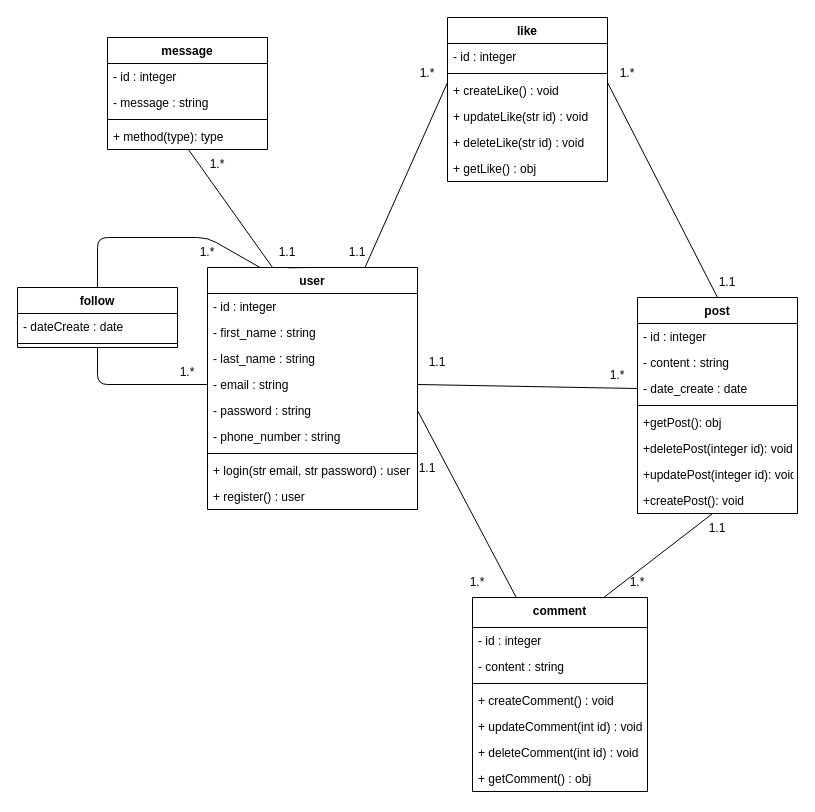
Before: uml/YouConnecte.diagram-class.drawio in Mohamed072005/YouConnecte, a draw.io diagram. Source tidied: cells renumbered, new cells numbered last; positions are measured from the earlier drawing's top-left corner, leaving out a move shared by most shapes. Both pictures are drawn from the tidied source at 100%, with x=0, y=0 at pixel (17, 17).
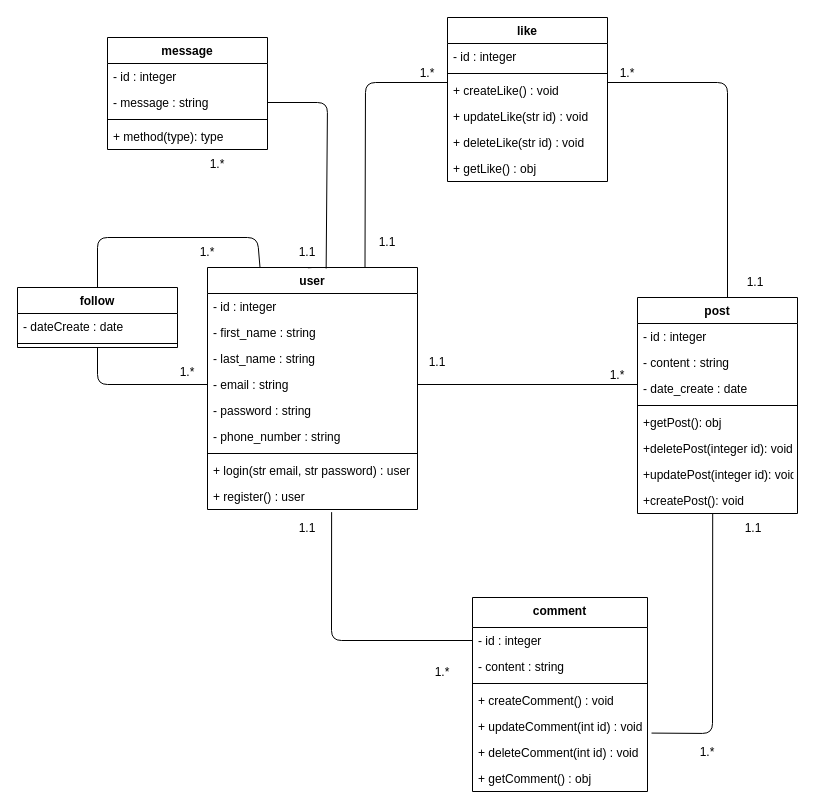
Above is the later version.

The change refers to these unchanged cells:
```xml
<mxCell id="2" value="user" style="swimlane;fontStyle=1;align=center;verticalAlign=top;horizontal=1;startSize=26;" parent="1" vertex="1">
  <mxGeometry x="190" y="250" width="210" height="242" as="geometry" />
</mxCell>
<mxCell id="6" value="- email : string" style="text;strokeColor=none;fillColor=none;align=left;verticalAlign=top;spacingLeft=4;spacingRight=4;overflow=hidden;points=[[0,0.5],[1,0.5]];portConstraint=eastwest;" parent="2" vertex="1">
  <mxGeometry y="104" width="210" height="26" as="geometry" />
</mxCell>
<mxCell id="7" value="- password : string" style="text;strokeColor=none;fillColor=none;align=left;verticalAlign=top;spacingLeft=4;spacingRight=4;overflow=hidden;points=[[0,0.5],[1,0.5]];portConstraint=eastwest;" parent="2" vertex="1">
  <mxGeometry y="130" width="210" height="26" as="geometry" />
</mxCell>
<mxCell id="11" value="+ register() : user" style="text;strokeColor=none;fillColor=none;align=left;verticalAlign=top;spacingLeft=4;spacingRight=4;overflow=hidden;points=[[0,0.5],[1,0.5]];portConstraint=eastwest;" parent="2" vertex="1">
  <mxGeometry y="216" width="210" height="26" as="geometry" />
</mxCell>
<mxCell id="12" value="post" style="swimlane;fontStyle=1;align=center;verticalAlign=top;horizontal=1;startSize=26;" parent="1" vertex="1">
  <mxGeometry x="620" y="280" width="160" height="216" as="geometry" />
</mxCell>
<mxCell id="15" value="- date_create : date" style="text;strokeColor=none;fillColor=none;align=left;verticalAlign=top;spacingLeft=4;spacingRight=4;overflow=hidden;points=[[0,0.5],[1,0.5]];portConstraint=eastwest;" parent="12" vertex="1">
  <mxGeometry y="78" width="160" height="26" as="geometry" />
</mxCell>
<mxCell id="20" value="+createPost(): void" style="text;strokeColor=none;fillColor=none;align=left;verticalAlign=top;spacingLeft=4;spacingRight=4;overflow=hidden;points=[[0,0.5],[1,0.5]];portConstraint=eastwest;" parent="12" vertex="1">
  <mxGeometry y="190" width="160" height="26" as="geometry" />
</mxCell>
<mxCell id="26" value="- message : string" style="text;strokeColor=none;fillColor=none;align=left;verticalAlign=top;spacingLeft=4;spacingRight=4;overflow=hidden;points=[[0,0.5],[1,0.5]];portConstraint=eastwest;" parent="24" vertex="1">
  <mxGeometry y="52" width="160" height="26" as="geometry" />
</mxCell>
<mxCell id="28" value="+ method(type): type" style="text;strokeColor=none;fillColor=none;align=left;verticalAlign=top;spacingLeft=4;spacingRight=4;overflow=hidden;points=[[0,0.5],[1,0.5]];portConstraint=eastwest;" parent="24" vertex="1">
  <mxGeometry y="86" width="160" height="26" as="geometry" />
</mxCell>
<mxCell id="31" value="comment" style="swimlane;fontStyle=1;align=center;verticalAlign=top;horizontal=1;startSize=30;" parent="1" vertex="1">
  <mxGeometry x="455" y="580" width="175" height="194" as="geometry" />
</mxCell>
<mxCell id="32" value="- id : integer" style="text;strokeColor=none;fillColor=none;align=left;verticalAlign=top;spacingLeft=4;spacingRight=4;overflow=hidden;points=[[0,0.5],[1,0.5]];portConstraint=eastwest;" parent="31" vertex="1">
  <mxGeometry y="30" width="175" height="26" as="geometry" />
</mxCell>
<mxCell id="37" value="+ deleteComment(int id) : void" style="text;strokeColor=none;fillColor=none;align=left;verticalAlign=top;spacingLeft=4;spacingRight=4;overflow=hidden;points=[[0,0.5],[1,0.5]];portConstraint=eastwest;" parent="31" vertex="1">
  <mxGeometry y="142" width="175" height="26" as="geometry" />
</mxCell>
<mxCell id="60" value="follow" style="swimlane;fontStyle=1;align=center;verticalAlign=top;horizontal=1;startSize=26;" parent="1" vertex="1">
  <mxGeometry y="270" width="160" height="60" as="geometry" />
</mxCell>
```

The edit, as a diff of the source:
```diff
@@
-    <mxCell id="21" style="endArrow=none;html=1;exitX=1;exitY=0.5;exitDx=0;exitDy=0;entryX=0;entryY=0.5;entryDx=0;entryDy=0;" parent="1" edge="1" source="6" target="15">
-      <mxGeometry relative="1" as="geometry" />
+    <mxCell id="21" style="endArrow=none;html=1;exitX=1;exitY=0.5;exitDx=0;exitDy=0;" parent="1" edge="1" source="6">
+      <mxGeometry relative="1" as="geometry">
+        <mxPoint x="620" y="367" as="targetPoint" />
+      </mxGeometry>
     </mxCell>
@@
-    <mxCell id="29" style="endArrow=none;html=1;exitX=0.25;exitY=1;exitDx=0;exitDy=0;entryX=0.507;entryY=1.009;entryDx=0;entryDy=0;entryPerimeter=0;startArrow=none;" parent="1" edge="1" source="59" target="28">
-      <mxGeometry relative="1" as="geometry" />
+    <mxCell id="29" style="endArrow=none;html=1;exitX=0.565;exitY=0.004;exitDx=0;exitDy=0;entryX=1;entryY=0.5;entryDx=0;entryDy=0;startArrow=none;exitPerimeter=0;" parent="1" edge="1" source="2" target="26">
+      <mxGeometry relative="1" as="geometry">
+        <Array as="points">
+          <mxPoint x="310" y="85" />
+        </Array>
+      </mxGeometry>
     </mxCell>
@@
-    <mxCell id="39" style="endArrow=none;html=1;exitX=0.75;exitY=0;exitDx=0;exitDy=0;entryX=0.47;entryY=0.999;entryDx=0;entryDy=0;entryPerimeter=0;" parent="1" edge="1" source="31" target="20">
-      <mxGeometry relative="1" as="geometry" />
+    <mxCell id="39" style="endArrow=none;html=1;exitX=1.023;exitY=-0.247;exitDx=0;exitDy=0;entryX=0.47;entryY=0.999;entryDx=0;entryDy=0;entryPerimeter=0;exitPerimeter=0;" parent="1" edge="1" source="37" target="20">
+      <mxGeometry relative="1" as="geometry">
+        <Array as="points">
+          <mxPoint x="695" y="716" />
+        </Array>
+      </mxGeometry>
     </mxCell>
     <mxCell id="40" value="1.1" style="text;strokeColor=none;align=center;fillColor=none;html=1;verticalAlign=middle;whiteSpace=wrap;rounded=0;" parent="1" vertex="1">
-      <mxGeometry x="670" y="496" width="60" height="30" as="geometry" />
+      <mxGeometry x="706" y="496" width="60" height="30" as="geometry" />
     </mxCell>
     <mxCell id="41" value="1.*" style="text;strokeColor=none;align=center;fillColor=none;html=1;verticalAlign=middle;whiteSpace=wrap;rounded=0;" parent="1" vertex="1">
-      <mxGeometry x="590" y="550" width="60" height="30" as="geometry" />
+      <mxGeometry x="660" y="720" width="60" height="30" as="geometry" />
     </mxCell>
-    <mxCell id="42" style="endArrow=none;html=1;exitX=1;exitY=0.5;exitDx=0;exitDy=0;entryX=0.25;entryY=0;entryDx=0;entryDy=0;" parent="1" edge="1" source="7" target="31">
-      <mxGeometry relative="1" as="geometry" />
+    <mxCell id="42" style="endArrow=none;html=1;exitX=0.591;exitY=1.101;exitDx=0;exitDy=0;entryX=0;entryY=0.5;entryDx=0;entryDy=0;exitPerimeter=0;" parent="1" edge="1" source="11" target="32">
+      <mxGeometry relative="1" as="geometry">
+        <Array as="points">
+          <mxPoint x="314" y="623" />
+        </Array>
+      </mxGeometry>
     </mxCell>
     <mxCell id="43" value="1.*" style="text;strokeColor=none;align=center;fillColor=none;html=1;verticalAlign=middle;whiteSpace=wrap;rounded=0;" parent="1" vertex="1">
-      <mxGeometry x="430" y="550" width="60" height="30" as="geometry" />
+      <mxGeometry x="395" y="640" width="60" height="30" as="geometry" />
     </mxCell>
     <mxCell id="44" value="1.1" style="text;strokeColor=none;align=center;fillColor=none;html=1;verticalAlign=middle;whiteSpace=wrap;rounded=0;rotation=0;" parent="1" vertex="1">
-      <mxGeometry x="380" y="436" width="60" height="30" as="geometry" />
+      <mxGeometry x="260" y="496" width="60" height="30" as="geometry" />
     </mxCell>
@@
     <mxCell id="52" style="endArrow=none;html=1;exitX=0.75;exitY=0;exitDx=0;exitDy=0;entryX=0;entryY=0.5;entryDx=0;entryDy=0;" parent="1" edge="1" source="2">
       <mxGeometry relative="1" as="geometry">
         <mxPoint x="430" y="65" as="targetPoint" />
+        <Array as="points">
+          <mxPoint x="348" y="65" />
+        </Array>
       </mxGeometry>
     </mxCell>
-    <mxCell id="53" style="endArrow=none;html=1;entryX=1;entryY=0.5;entryDx=0;entryDy=0;exitX=0.5;exitY=0;exitDx=0;exitDy=0;" parent="1" edge="1" source="12">
+    <mxCell id="53" style="endArrow=none;html=1;entryX=1;entryY=0.5;entryDx=0;entryDy=0;" parent="1" edge="1">
       <mxGeometry relative="1" as="geometry">
+        <mxPoint x="710" y="280" as="sourcePoint" />
         <mxPoint x="590" y="65" as="targetPoint" />
+        <Array as="points">
+          <mxPoint x="710" y="65" />
+        </Array>
       </mxGeometry>
     </mxCell>
@@
     <mxCell id="55" value="1.1" style="text;strokeColor=none;align=center;fillColor=none;html=1;verticalAlign=middle;whiteSpace=wrap;rounded=0;" parent="1" vertex="1">
-      <mxGeometry x="310" y="220" width="60" height="30" as="geometry" />
+      <mxGeometry x="340" y="210" width="60" height="30" as="geometry" />
     </mxCell>
     <mxCell id="56" value="1.1" style="text;strokeColor=none;align=center;fillColor=none;html=1;verticalAlign=middle;whiteSpace=wrap;rounded=0;" parent="1" vertex="1">
-      <mxGeometry x="680" y="250" width="60" height="30" as="geometry" />
+      <mxGeometry x="708" y="250" width="60" height="30" as="geometry" />
     </mxCell>
@@
     <mxCell id="59" value="1.1" style="text;strokeColor=none;align=center;fillColor=none;html=1;verticalAlign=middle;whiteSpace=wrap;rounded=0;" parent="1" vertex="1">
-      <mxGeometry x="240" y="220" width="60" height="30" as="geometry" />
+      <mxGeometry x="260" y="220" width="60" height="30" as="geometry" />
     </mxCell>
@@
     <mxCell id="65" style="endArrow=none;html=1;entryX=0.25;entryY=0;entryDx=0;entryDy=0;exitX=0.5;exitY=0;exitDx=0;exitDy=0;" parent="1" edge="1" source="60" target="2">
       <mxGeometry relative="1" as="geometry">
         <Array as="points">
           <mxPoint x="80" y="220" />
-          <mxPoint x="190" y="220" />
+          <mxPoint x="240" y="220" />
         </Array>
       </mxGeometry>
     </mxCell>
```
